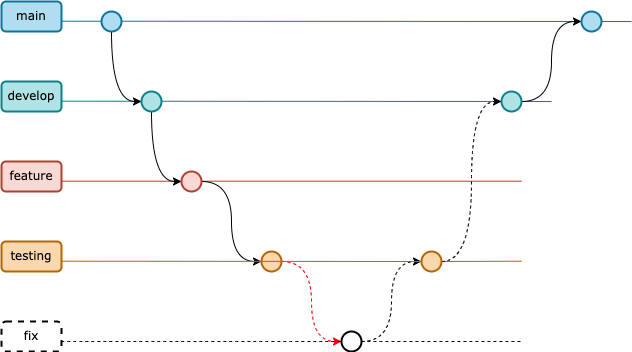
Earlier version of the draw.io export images/diagrams/gitflow-error.png (DevOps-Obligatorio/documentacion). Source tidied: cells renumbered, new cells last; positions are measured from the earlier drawing's top-left corner, leaving out a move shared by most shapes.
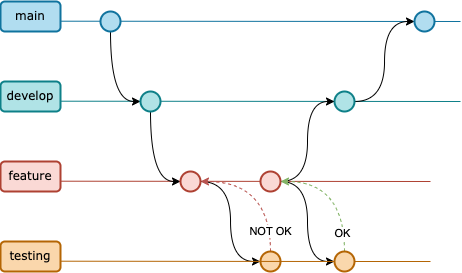
After the change.

Commit message:
imagenes de gitflow nuevas

What changed in the source:
```diff
@@ -2,29 +2,29 @@
   <root>
     <mxCell id="0" />
     <mxCell id="1" parent="0" />
-    <mxCell id="2" style="endArrow=none;html=1;rounded=0;curved=1;fillColor=#b0e3e6;strokeColor=#0e8088;" parent="1" edge="1">
-      <mxGeometry relative="1" as="geometry">
-        <mxPoint x="60" y="99.7" as="sourcePoint" />
-        <mxPoint x="550" y="100" as="targetPoint" />
-      </mxGeometry>
-    </mxCell>
-    <mxCell id="3" style="endArrow=none;html=1;rounded=0;curved=1;fillColor=#fad7ac;strokeColor=#b46504;startArrow=none;" parent="1" edge="1" source="27">
-      <mxGeometry relative="1" as="geometry">
-        <mxPoint x="520" y="259.7" as="targetPoint" />
-      </mxGeometry>
-    </mxCell>
-    <mxCell id="4" style="endArrow=none;html=1;rounded=0;curved=1;fillColor=#fad9d5;strokeColor=#ae4132;" parent="1" edge="1">
-      <mxGeometry relative="1" as="geometry">
-        <mxPoint x="60" y="179.7" as="sourcePoint" />
-        <mxPoint x="520" y="179.7" as="targetPoint" />
-      </mxGeometry>
-    </mxCell>
-    <mxCell id="5" style="endArrow=none;html=1;rounded=0;curved=1;fillColor=#b1ddf0;strokeColor=#10739e;" parent="1" edge="1">
-      <mxGeometry relative="1" as="geometry">
-        <mxPoint x="60" y="19.7" as="sourcePoint" />
-        <mxPoint x="630" y="20" as="targetPoint" />
-      </mxGeometry>
-    </mxCell>
+    <mxCell id="29" style="endArrow=none;html=1;rounded=0;curved=1;fillColor=#b0e3e6;strokeColor=#0e8088;" parent="1" edge="1">
+      <mxGeometry relative="1" as="geometry">
+        <mxPoint x="60" y="99.7" as="sourcePoint" />
+        <mxPoint x="460" y="100" as="targetPoint" />
+      </mxGeometry>
+    </mxCell>
+    <mxCell id="30" style="endArrow=none;html=1;rounded=0;curved=1;fillColor=#fad7ac;strokeColor=#b46504;startArrow=none;" parent="1" edge="1" source="50">
+      <mxGeometry relative="1" as="geometry">
+        <mxPoint x="430" y="260" as="targetPoint" />
+      </mxGeometry>
+    </mxCell>
+    <mxCell id="31" style="endArrow=none;html=1;rounded=0;curved=1;fillColor=#fad9d5;strokeColor=#ae4132;" parent="1" edge="1">
+      <mxGeometry relative="1" as="geometry">
+        <mxPoint x="60" y="179.7" as="sourcePoint" />
+        <mxPoint x="430" y="180" as="targetPoint" />
+      </mxGeometry>
+    </mxCell>
+    <mxCell id="32" style="endArrow=none;html=1;rounded=0;curved=1;fillColor=#b1ddf0;strokeColor=#10739e;" parent="1" edge="1">
+      <mxGeometry relative="1" as="geometry">
+        <mxPoint x="60" y="19.7" as="sourcePoint" />
+        <mxPoint x="460" y="20" as="targetPoint" />
+      </mxGeometry>
+    </mxCell>
     <mxCell id="6" value="main" style="text;html=1;strokeColor=#10739e;fillColor=#b1ddf0;align=center;verticalAlign=middle;whiteSpace=wrap;rounded=1;fontFamily=Verdana;strokeWidth=2;" parent="1" vertex="1">
       <mxGeometry width="60" height="30" as="geometry" />
     </mxCell>
@@ -34,71 +34,69 @@
     <mxCell id="8" value="testing" style="text;html=1;strokeColor=#b46504;fillColor=#fad7ac;align=center;verticalAlign=middle;whiteSpace=wrap;rounded=1;fontFamily=Verdana;strokeWidth=2;" parent="1" vertex="1">
       <mxGeometry y="240" width="60" height="30" as="geometry" />
     </mxCell>
-    <mxCell id="9" style="edgeStyle=orthogonalEdgeStyle;rounded=0;jettySize=auto;html=1;exitX=0.5;exitY=1;exitDx=0;exitDy=0;entryX=0;entryY=0.5;entryDx=0;entryDy=0;curved=1;" parent="1" edge="1" source="10" target="12">
-      <mxGeometry relative="1" as="geometry" />
-    </mxCell>
-    <mxCell id="10" style="ellipse;whiteSpace=wrap;html=1;fontFamily=Verdana;strokeWidth=2;fillColor=#b1ddf0;strokeColor=#10739e;" parent="1" vertex="1">
-      <mxGeometry x="100" y="10" width="20" height="20" as="geometry" />
-    </mxCell>
-    <mxCell id="11" style="edgeStyle=orthogonalEdgeStyle;curved=1;rounded=0;jettySize=auto;html=1;exitX=0.5;exitY=1;exitDx=0;exitDy=0;entryX=0;entryY=0.5;entryDx=0;entryDy=0;" parent="1" edge="1" source="12" target="14">
-      <mxGeometry relative="1" as="geometry" />
-    </mxCell>
-    <mxCell id="12" style="ellipse;whiteSpace=wrap;html=1;fontFamily=Verdana;strokeWidth=2;fillColor=#b0e3e6;strokeColor=#0e8088;" parent="1" vertex="1">
-      <mxGeometry x="140" y="90" width="20" height="20" as="geometry" />
-    </mxCell>
-    <mxCell id="13" style="edgeStyle=orthogonalEdgeStyle;curved=1;rounded=0;jettySize=auto;html=1;exitX=1;exitY=0.5;exitDx=0;exitDy=0;entryX=0;entryY=0.5;entryDx=0;entryDy=0;" parent="1" edge="1" source="14" target="16">
-      <mxGeometry relative="1" as="geometry" />
-    </mxCell>
-    <mxCell id="14" style="ellipse;whiteSpace=wrap;html=1;fontFamily=Verdana;strokeWidth=2;fillColor=#fad9d5;strokeColor=#ae4132;" parent="1" vertex="1">
-      <mxGeometry x="180" y="170" width="20" height="20" as="geometry" />
-    </mxCell>
-    <mxCell id="15" style="edgeStyle=orthogonalEdgeStyle;curved=1;rounded=0;jettySize=auto;html=1;exitX=1;exitY=0.5;exitDx=0;exitDy=0;entryX=0;entryY=0.5;entryDx=0;entryDy=0;dashed=1;strokeColor=#FF0000;" parent="1" edge="1" source="16" target="24">
-      <mxGeometry relative="1" as="geometry" />
-    </mxCell>
-    <mxCell id="16" style="ellipse;whiteSpace=wrap;html=1;fontFamily=Verdana;strokeWidth=2;fillColor=#fad7ac;strokeColor=#b46504;" parent="1" vertex="1">
-      <mxGeometry x="260" y="250" width="20" height="20" as="geometry" />
-    </mxCell>
-    <mxCell id="17" style="edgeStyle=orthogonalEdgeStyle;curved=1;rounded=0;jettySize=auto;html=1;exitX=1;exitY=0.5;exitDx=0;exitDy=0;entryX=0;entryY=0.5;entryDx=0;entryDy=0;" parent="1" edge="1" source="18" target="20">
-      <mxGeometry relative="1" as="geometry" />
-    </mxCell>
-    <mxCell id="18" style="ellipse;whiteSpace=wrap;html=1;fontFamily=Verdana;strokeWidth=2;fillColor=#b0e3e6;strokeColor=#0e8088;" parent="1" vertex="1">
-      <mxGeometry x="500" y="90" width="20" height="20" as="geometry" />
-    </mxCell>
+    <mxCell id="33" style="edgeStyle=orthogonalEdgeStyle;rounded=0;jettySize=auto;html=1;exitX=0.5;exitY=1;exitDx=0;exitDy=0;entryX=0;entryY=0.5;entryDx=0;entryDy=0;curved=1;" parent="1" edge="1" source="34" target="36">
+      <mxGeometry relative="1" as="geometry" />
+    </mxCell>
+    <mxCell id="34" style="ellipse;whiteSpace=wrap;html=1;fontFamily=Verdana;strokeWidth=2;fillColor=#b1ddf0;strokeColor=#10739e;" parent="1" vertex="1">
+      <mxGeometry x="100" y="10" width="20" height="20" as="geometry" />
+    </mxCell>
+    <mxCell id="35" style="edgeStyle=orthogonalEdgeStyle;curved=1;rounded=0;jettySize=auto;html=1;exitX=0.5;exitY=1;exitDx=0;exitDy=0;entryX=0;entryY=0.5;entryDx=0;entryDy=0;" parent="1" edge="1" source="36" target="38">
+      <mxGeometry relative="1" as="geometry" />
+    </mxCell>
+    <mxCell id="36" style="ellipse;whiteSpace=wrap;html=1;fontFamily=Verdana;strokeWidth=2;fillColor=#b0e3e6;strokeColor=#0e8088;" parent="1" vertex="1">
+      <mxGeometry x="140" y="90" width="20" height="20" as="geometry" />
+    </mxCell>
+    <mxCell id="37" style="edgeStyle=orthogonalEdgeStyle;curved=1;rounded=0;jettySize=auto;html=1;exitX=1;exitY=0.5;exitDx=0;exitDy=0;entryX=0;entryY=0.5;entryDx=0;entryDy=0;" parent="1" edge="1" source="38" target="41">
+      <mxGeometry relative="1" as="geometry" />
+    </mxCell>
+    <mxCell id="38" style="ellipse;whiteSpace=wrap;html=1;fontFamily=Verdana;strokeWidth=2;fillColor=#fad9d5;strokeColor=#ae4132;" parent="1" vertex="1">
+      <mxGeometry x="180" y="170" width="20" height="20" as="geometry" />
+    </mxCell>
+    <mxCell id="39" style="edgeStyle=orthogonalEdgeStyle;rounded=0;jettySize=auto;html=1;exitX=0.5;exitY=0;exitDx=0;exitDy=0;curved=1;entryX=1;entryY=0.5;entryDx=0;entryDy=0;fillColor=#f8cecc;strokeColor=#b85450;dashed=1;" parent="1" edge="1" source="41" target="38">
+      <mxGeometry relative="1" as="geometry" />
+    </mxCell>
+    <mxCell id="40" value="NOT OK" style="edgeLabel;html=1;align=center;verticalAlign=middle;" parent="39" vertex="1">
+      <mxGeometry x="-0.4" y="10" relative="1" as="geometry">
+        <mxPoint x="10" y="22" as="offset" />
+      </mxGeometry>
+    </mxCell>
+    <mxCell id="41" style="ellipse;whiteSpace=wrap;html=1;fontFamily=Verdana;strokeWidth=2;fillColor=#fad7ac;strokeColor=#b46504;" parent="1" vertex="1">
+      <mxGeometry x="260" y="250" width="20" height="20" as="geometry" />
+    </mxCell>
+    <mxCell id="42" style="edgeStyle=orthogonalEdgeStyle;curved=1;rounded=0;jettySize=auto;html=1;exitX=1;exitY=0.5;exitDx=0;exitDy=0;entryX=0;entryY=0.5;entryDx=0;entryDy=0;" parent="1" edge="1" source="43" target="44">
+      <mxGeometry relative="1" as="geometry" />
+    </mxCell>
+    <mxCell id="43" style="ellipse;whiteSpace=wrap;html=1;fontFamily=Verdana;strokeWidth=2;fillColor=#b0e3e6;strokeColor=#0e8088;" parent="1" vertex="1">
+      <mxGeometry x="334" y="90" width="20" height="20" as="geometry" />
+    </mxCell>
     <mxCell id="19" value="feature" style="text;html=1;strokeColor=#ae4132;fillColor=#fad9d5;align=center;verticalAlign=middle;whiteSpace=wrap;rounded=1;fontFamily=Verdana;strokeWidth=2;" parent="1" vertex="1">
       <mxGeometry y="160" width="60" height="30" as="geometry" />
     </mxCell>
-    <mxCell id="20" style="ellipse;whiteSpace=wrap;html=1;fontFamily=Verdana;strokeWidth=2;fillColor=#b1ddf0;strokeColor=#10739e;" parent="1" vertex="1">
-      <mxGeometry x="580" y="10" width="20" height="20" as="geometry" />
-    </mxCell>
-    <mxCell id="21" value="fix" style="text;html=1;strokeColor=default;fillColor=none;align=center;verticalAlign=middle;whiteSpace=wrap;rounded=1;fontFamily=Verdana;dashed=1;strokeWidth=2;" parent="1" vertex="1">
-      <mxGeometry y="320" width="60" height="30" as="geometry" />
-    </mxCell>
-    <mxCell id="22" style="endArrow=none;html=1;rounded=0;curved=1;fillColor=#fad9d5;strokeColor=#000000;dashed=1;startArrow=none;" parent="1" edge="1" source="24">
-      <mxGeometry relative="1" as="geometry">
-        <mxPoint x="520" y="340" as="targetPoint" />
-      </mxGeometry>
-    </mxCell>
-    <mxCell id="23" style="edgeStyle=orthogonalEdgeStyle;curved=1;rounded=0;jettySize=auto;html=1;exitX=1;exitY=0.5;exitDx=0;exitDy=0;entryX=0;entryY=0.5;entryDx=0;entryDy=0;dashed=1;strokeColor=#000000;" parent="1" edge="1" source="24" target="27">
-      <mxGeometry relative="1" as="geometry" />
-    </mxCell>
-    <mxCell id="24" style="ellipse;whiteSpace=wrap;html=1;fontFamily=Verdana;strokeWidth=2;fillColor=#FFFFFF;strokeColor=#000000;" parent="1" vertex="1">
-      <mxGeometry x="340" y="330" width="20" height="20" as="geometry" />
-    </mxCell>
-    <mxCell id="25" style="endArrow=none;html=1;rounded=0;curved=1;fillColor=#fad9d5;strokeColor=#000000;dashed=1;" parent="1" edge="1" target="24">
-      <mxGeometry relative="1" as="geometry">
-        <mxPoint x="60" y="340" as="sourcePoint" />
-      </mxGeometry>
-    </mxCell>
-    <mxCell id="26" style="edgeStyle=orthogonalEdgeStyle;curved=1;rounded=0;jettySize=auto;html=1;exitX=1;exitY=0.5;exitDx=0;exitDy=0;entryX=0;entryY=0.5;entryDx=0;entryDy=0;dashed=1;strokeColor=#000000;" parent="1" edge="1" source="27" target="18">
-      <mxGeometry relative="1" as="geometry" />
-    </mxCell>
-    <mxCell id="27" style="ellipse;whiteSpace=wrap;html=1;fontFamily=Verdana;strokeWidth=2;fillColor=#fad7ac;strokeColor=#b46504;" parent="1" vertex="1">
-      <mxGeometry x="420" y="250" width="20" height="20" as="geometry" />
-    </mxCell>
-    <mxCell id="28" style="endArrow=none;html=1;rounded=0;curved=1;fillColor=#fad7ac;strokeColor=#b46504;" parent="1" edge="1" target="27">
-      <mxGeometry relative="1" as="geometry">
-        <mxPoint x="60" y="259.7" as="sourcePoint" />
-      </mxGeometry>
-    </mxCell>
+    <mxCell id="44" style="ellipse;whiteSpace=wrap;html=1;fontFamily=Verdana;strokeWidth=2;fillColor=#b1ddf0;strokeColor=#10739e;" parent="1" vertex="1">
+      <mxGeometry x="414" y="10" width="20" height="20" as="geometry" />
+    </mxCell>
+    <mxCell id="45" style="edgeStyle=orthogonalEdgeStyle;curved=1;rounded=0;jettySize=auto;html=1;exitX=1;exitY=0.5;exitDx=0;exitDy=0;entryX=0;entryY=0.5;entryDx=0;entryDy=0;" parent="1" edge="1" source="47" target="50">
+      <mxGeometry relative="1" as="geometry" />
+    </mxCell>
+    <mxCell id="46" style="edgeStyle=orthogonalEdgeStyle;curved=1;rounded=0;jettySize=auto;html=1;exitX=1;exitY=0.5;exitDx=0;exitDy=0;entryX=0;entryY=0.5;entryDx=0;entryDy=0;" parent="1" edge="1" source="47" target="43">
+      <mxGeometry relative="1" as="geometry" />
+    </mxCell>
+    <mxCell id="47" style="ellipse;whiteSpace=wrap;html=1;fontFamily=Verdana;strokeWidth=2;fillColor=#fad9d5;strokeColor=#ae4132;" parent="1" vertex="1">
+      <mxGeometry x="260" y="170" width="20" height="20" as="geometry" />
+    </mxCell>
+    <mxCell id="48" style="edgeStyle=orthogonalEdgeStyle;curved=1;rounded=0;jettySize=auto;html=1;exitX=0.5;exitY=0;exitDx=0;exitDy=0;entryX=1;entryY=0.5;entryDx=0;entryDy=0;dashed=1;fillColor=#d5e8d4;strokeColor=#82b366;" parent="1" edge="1" source="50" target="47">
+      <mxGeometry relative="1" as="geometry" />
+    </mxCell>
+    <mxCell id="49" value="OK" style="edgeLabel;html=1;align=center;verticalAlign=middle;" parent="48" vertex="1">
+      <mxGeometry x="-0.72" y="2" relative="1" as="geometry" />
+    </mxCell>
+    <mxCell id="50" style="ellipse;whiteSpace=wrap;html=1;fontFamily=Verdana;strokeWidth=2;fillColor=#fad7ac;strokeColor=#b46504;" parent="1" vertex="1">
+      <mxGeometry x="334" y="250" width="20" height="20" as="geometry" />
+    </mxCell>
+    <mxCell id="51" style="endArrow=none;html=1;rounded=0;curved=1;fillColor=#fad7ac;strokeColor=#b46504;" parent="1" edge="1" target="50">
+      <mxGeometry relative="1" as="geometry">
+        <mxPoint x="60" y="259.7" as="sourcePoint" />
+      </mxGeometry>
+    </mxCell>
   </root>
 </mxGraphModel>
```
